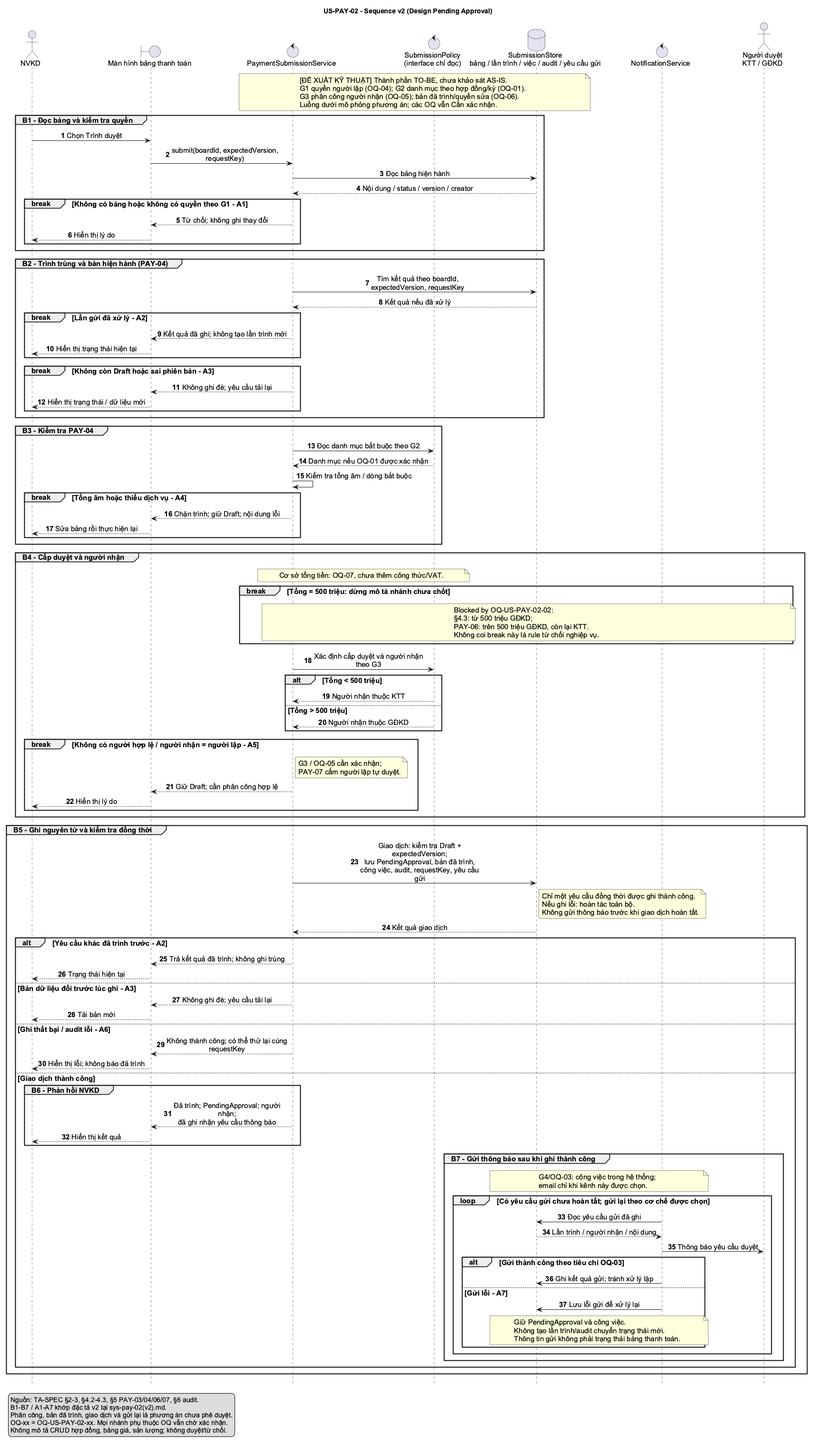
The PlantUML diagram docs/analysis/payment-management/diagrams/sequence-us-pay-02-v2.png in danwanh/03-QTKD-Seminar, before a commit.
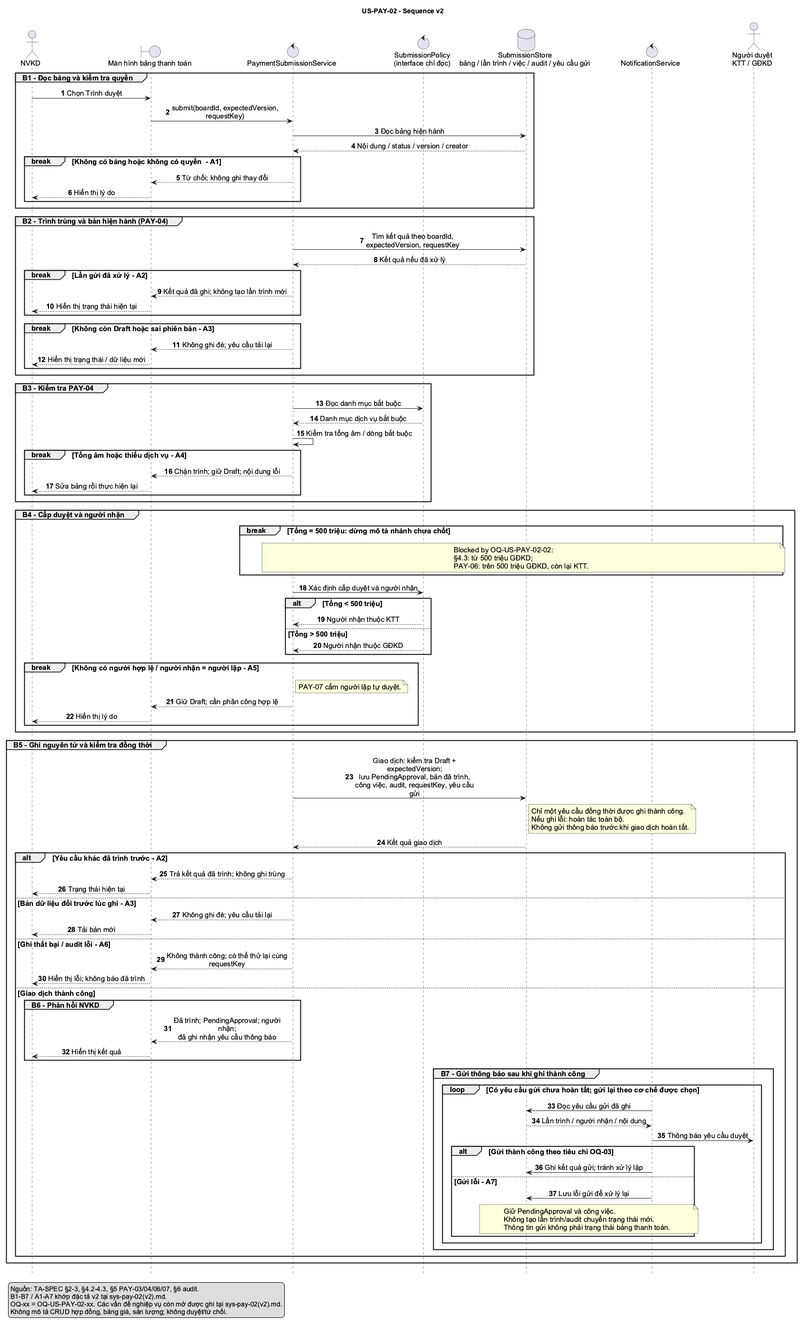
Above is the later version.

Commit message:
update sequence diagram

Diff of the diagram source:
```diff
@@ -1,5 +1,5 @@
 @startuml sequence-us-pay-02-v2
-title US-PAY-02 - Sequence v2 (Design Pending Approval)
+title US-PAY-02 - Sequence v2
 hide footbox
 autonumber
 skinparam defaultFontName Arial
@@ -14,19 +14,14 @@
 control NotificationService as Notify
 actor "Người duyệt\nKTT / GĐKD" as Approver
 
-note over Service, Store
-[ĐỀ XUẤT KỸ THUẬT] Thành phần TO-BE, chưa khảo sát AS-IS.
-G1 quyền người lập (OQ-04); G2 danh mục theo hợp đồng/kỳ (OQ-01).
-G3 phân công người nhận (OQ-05); bản đã trình/quyền sửa (OQ-06).
-Luồng dưới mô phỏng phương án; các OQ vẫn Cần xác nhận.
-end note
+
 
 group B1 - Đọc bảng và kiểm tra quyền
  NVKD -> UI : Chọn Trình duyệt
  UI -> Service : submit(boardId, expectedVersion, requestKey)
  Service -> Store : Đọc bảng hiện hành
  Store --> Service : Nội dung / status / version / creator
- break Không có bảng hoặc không có quyền theo G1 - A1
+ break Không có bảng hoặc không có quyền  - A1
    Service --> UI : Từ chối; không ghi thay đổi
    UI --> NVKD : Hiển thị lý do
  end
@@ -46,8 +41,8 @@
 end
 
 group B3 - Kiểm tra PAY-04
- Service -> Policy : Đọc danh mục bắt buộc theo G2
- Policy --> Service : Danh mục nếu OQ-01 được xác nhận
+ Service -> Policy : Đọc danh mục bắt buộc
+ Policy --> Service : Danh mục dịch vụ bắt buộc
  Service -> Service : Kiểm tra tổng âm / dòng bắt buộc
  break Tổng âm hoặc thiếu dịch vụ - A4
    Service --> UI : Chặn trình; giữ Draft; nội dung lỗi
@@ -56,23 +51,21 @@
 end
 
 group B4 - Cấp duyệt và người nhận
- note over Service, Policy : Cơ sở tổng tiền: OQ-07, chưa thêm công thức/VAT.
  break Tổng = 500 triệu: dừng mô tả nhánh chưa chốt
    note over Service, Approver
    Blocked by OQ-US-PAY-02-02:
    §4.3: từ 500 triệu GĐKD;
    PAY-06: trên 500 triệu GĐKD, còn lại KTT.
-   Không coi break này là rule từ chối nghiệp vụ.
    end note
  end
- Service -> Policy : Xác định cấp duyệt và người nhận theo G3
+ Service -> Policy : Xác định cấp duyệt và người nhận
  alt Tổng < 500 triệu
    Policy --> Service : Người nhận thuộc KTT
  else Tổng > 500 triệu
    Policy --> Service : Người nhận thuộc GĐKD
  end
  break Không có người hợp lệ / người nhận = người lập - A5
-   note right of Service : G3 / OQ-05 cần xác nhận;\nPAY-07 cấm người lập tự duyệt.
+   note right of Service : PAY-07 cấm người lập tự duyệt.
    Service --> UI : Giữ Draft; cần phân công hợp lệ
    UI --> NVKD : Hiển thị lý do
  end
@@ -101,7 +94,6 @@
      UI --> NVKD : Hiển thị kết quả
    end
    group B7 - Gửi thông báo sau khi ghi thành công
-     note over Store, Notify : G4/OQ-03: công việc trong hệ thống;\nemail chỉ khi kênh này được chọn.
      loop Có yêu cầu gửi chưa hoàn tất; gửi lại theo cơ chế được chọn
        Notify -> Store : Đọc yêu cầu gửi đã ghi
        Store --> Notify : Lần trình / người nhận / nội dung
@@ -124,8 +116,7 @@
 legend left
 Nguồn: TA-SPEC §2-3, §4.2-4.3, §5 PAY-03/04/06/07, §6 audit.
 B1-B7 / A1-A7 khớp đặc tả v2 tại sys-pay-02(v2).md.
-Phân công, bản đã trình, giao dịch và gửi lại là phương án chưa phê duyệt.
-OQ-xx = OQ-US-PAY-02-xx. Mọi nhánh phụ thuộc OQ vẫn chờ xác nhận.
+OQ-xx = OQ-US-PAY-02-xx. Các vấn đề nghiệp vụ còn mở được ghi tại sys-pay-02(v2).md.
 Không mô tả CRUD hợp đồng, bảng giá, sản lượng; không duyệt/từ chối.
 endlegend
 @enduml
```
